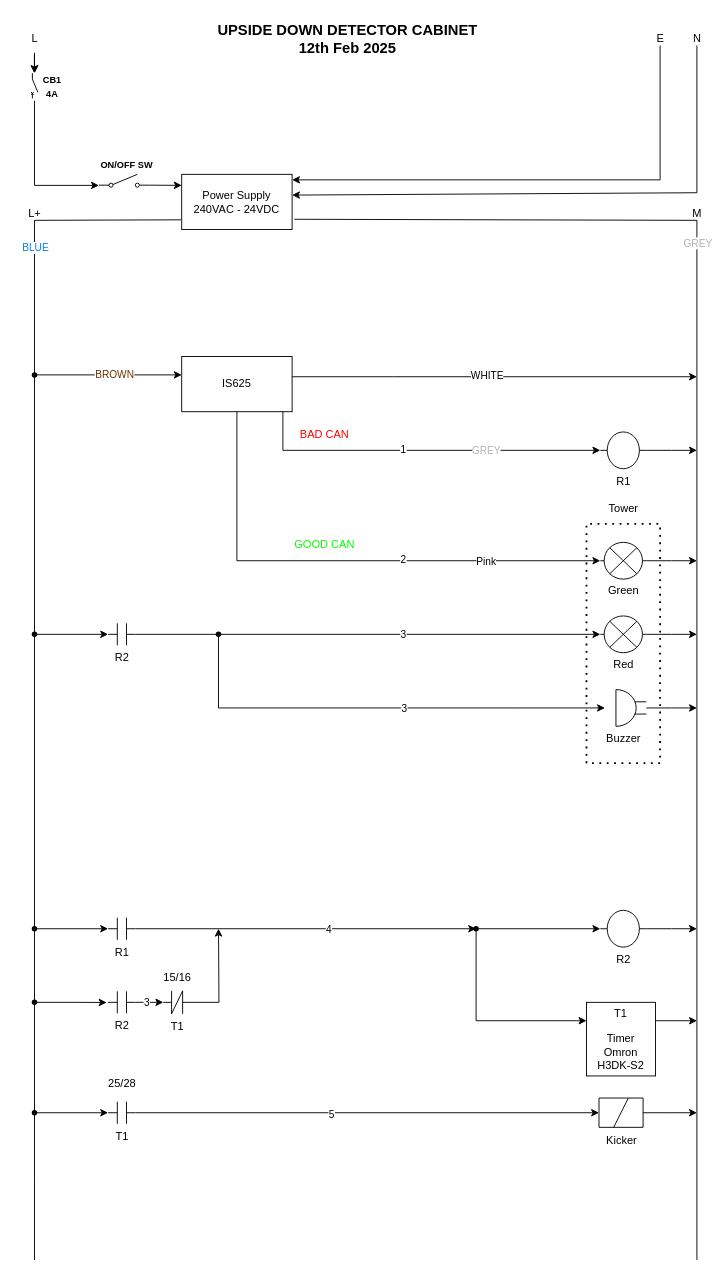
nicholas-carnie/Nicks-files keeps this draw.io diagram as Upside Down Detector.drawio. Above is the earlier version. Source tidied: cells renumbered, new cells numbered last; positions are measured from the earlier drawing's top-left corner, leaving out a move shared by most shapes. Both pictures are drawn from the tidied source at 92%, with x=0, y=0 at pixel (16, 16).
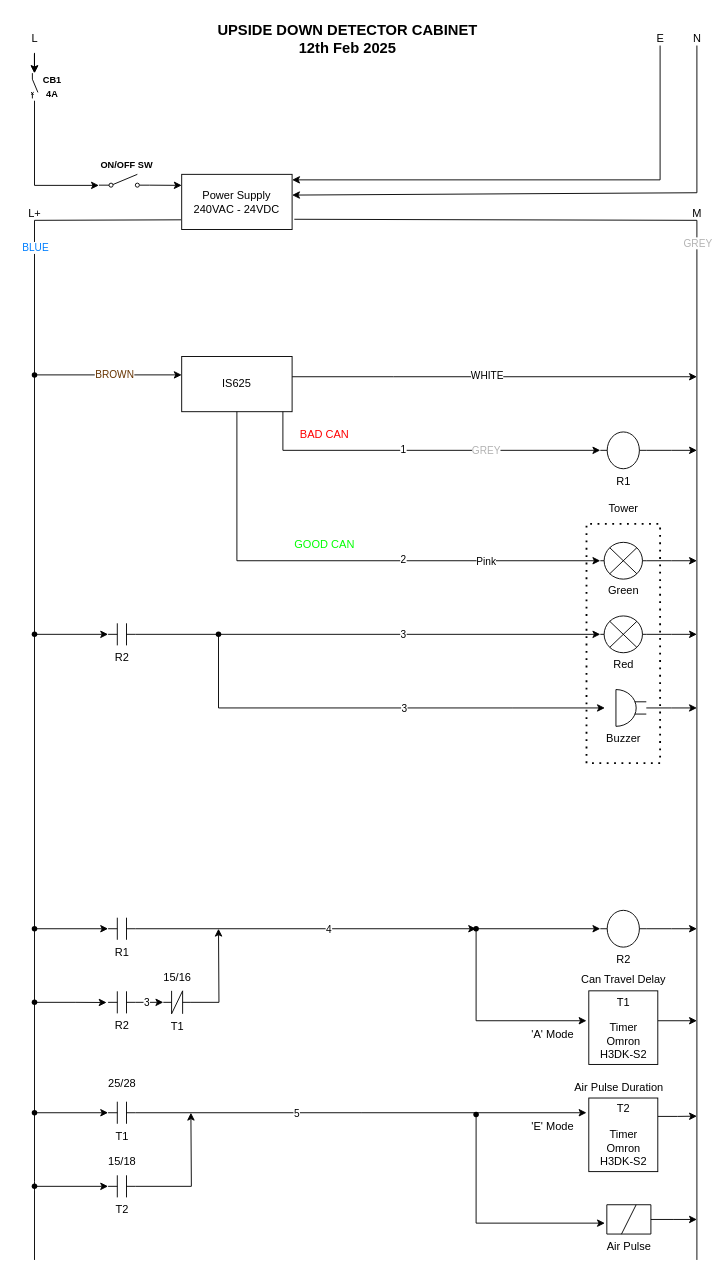
The same diagram, later.

Unchanged cells that the change refers to:
```xml
<mxCell id="74" value="T1" style="verticalLabelPosition=bottom;shadow=0;dashed=0;align=center;html=1;verticalAlign=top;shape=mxgraph.electrical.electro-mechanical.relay_contacts;" parent="1" vertex="1">
  <mxGeometry x="100" y="1180" width="30" height="24" as="geometry" />
</mxCell>
```

Diff of the diagram source:
```diff
@@
     <mxCell id="65" value="&lt;div&gt;T1&lt;/div&gt;&lt;div&gt;&lt;br&gt;&lt;/div&gt;Timer&lt;div&gt;Omron H3DK-S2&lt;/div&gt;" style="rounded=0;whiteSpace=wrap;html=1;" parent="1" vertex="1">
-      <mxGeometry x="620" y="1072" width="75" height="80" as="geometry" />
+      <mxGeometry x="622.5" y="1059.5" width="75" height="80" as="geometry" />
     </mxCell>
@@
+    <mxCell id="92" style="edgeStyle=orthogonalEdgeStyle;rounded=0;jettySize=auto;html=1;" parent="1" edge="1" source="74">
+      <mxGeometry relative="1" as="geometry">
+        <mxPoint x="620" y="1192" as="targetPoint" />
+      </mxGeometry>
+    </mxCell>
+    <mxCell id="80" value="5" style="edgeLabel;html=1;align=center;verticalAlign=middle;" parent="92" vertex="1">
+      <mxGeometry x="-0.29" relative="1" as="geometry" />
+    </mxCell>
@@
-    <mxCell id="77" style="edgeStyle=orthogonalEdgeStyle;rounded=0;jettySize=auto;html=1;" parent="1" edge="1" source="78">
-      <mxGeometry relative="1" as="geometry">
-        <mxPoint x="740" y="1192" as="targetPoint" />
-      </mxGeometry>
-    </mxCell>
+    <mxCell id="93" style="edgeStyle=orthogonalEdgeStyle;rounded=0;jettySize=auto;html=1;" parent="1" edge="1" source="78">
+      <mxGeometry relative="1" as="geometry">
+        <mxPoint x="740" y="1308" as="targetPoint" />
+      </mxGeometry>
+    </mxCell>
-    <mxCell id="78" value="Kicker" style="verticalLabelPosition=bottom;html=1;verticalAlign=top;fillColor=strokeColor;align=center;outlineConnect=0;shape=mxgraph.fluid_power.x10110;points=[[0,0,0],[0,0.5,0],[0,1,0],[1,0,0],[1,0.5,0],[1,1,0],[0.5,0,0],[0.5,1,0]];" parent="1" vertex="1">
-      <mxGeometry x="633.6" y="1176" width="47.9" height="32" as="geometry" />
+    <mxCell id="78" value="Air Pulse" style="verticalLabelPosition=bottom;html=1;verticalAlign=top;fillColor=strokeColor;align=center;outlineConnect=0;shape=mxgraph.fluid_power.x10110;points=[[0,0,0],[0,0.5,0],[0,1,0],[1,0,0],[1,0.5,0],[1,1,0],[0.5,0,0],[0.5,1,0]];" parent="1" vertex="1">
+      <mxGeometry x="642.1" y="1292" width="47.9" height="32" as="geometry" />
     </mxCell>
-    <mxCell id="79" style="edgeStyle=orthogonalEdgeStyle;rounded=0;jettySize=auto;html=1;entryX=0;entryY=0.5;entryDx=0;entryDy=0;entryPerimeter=0;" parent="1" edge="1" source="74" target="78">
-      <mxGeometry relative="1" as="geometry" />
-    </mxCell>
-    <mxCell id="80" value="5" style="edgeLabel;html=1;align=center;verticalAlign=middle;" parent="79" vertex="1">
-      <mxGeometry x="-0.16" y="-1" relative="1" as="geometry" />
-    </mxCell>
@@
+    <mxCell id="94" value="Can Travel Delay" style="text;html=1;align=center;verticalAlign=middle;strokeColor=none;fillColor=none;" parent="1" vertex="1">
+      <mxGeometry x="600" y="1032" width="120" height="30" as="geometry" />
+    </mxCell>
+    <mxCell id="95" style="edgeStyle=orthogonalEdgeStyle;rounded=0;jettySize=auto;html=1;" parent="1" edge="1" source="96">
+      <mxGeometry relative="1" as="geometry">
+        <mxPoint x="190" y="1192" as="targetPoint" />
+      </mxGeometry>
+    </mxCell>
+    <mxCell id="96" value="T2" style="verticalLabelPosition=bottom;shadow=0;dashed=0;align=center;html=1;verticalAlign=top;shape=mxgraph.electrical.electro-mechanical.relay_contacts;" parent="1" vertex="1">
+      <mxGeometry x="100" y="1260" width="30" height="24" as="geometry" />
+    </mxCell>
+    <mxCell id="97" style="edgeStyle=orthogonalEdgeStyle;rounded=0;jettySize=auto;html=1;entryX=0;entryY=0.5;entryDx=0;entryDy=0;entryPerimeter=0;" parent="1" edge="1" source="98" target="96">
+      <mxGeometry relative="1" as="geometry" />
+    </mxCell>
+    <mxCell id="98" style="shape=waypoint;sketch=0;fillStyle=solid;size=6;points=[];fillColor=none;perimeter=centerPerimeter;snapToPoint=1;" parent="1" vertex="1">
+      <mxGeometry x="10" y="1262" width="20" height="20" as="geometry" />
+    </mxCell>
+    <mxCell id="99" style="edgeStyle=orthogonalEdgeStyle;rounded=0;jettySize=auto;html=1;exitX=1;exitY=0.25;exitDx=0;exitDy=0;" parent="1" edge="1" source="100">
+      <mxGeometry relative="1" as="geometry">
+        <mxPoint x="740" y="1195.7" as="targetPoint" />
+      </mxGeometry>
+    </mxCell>
+    <mxCell id="100" value="&lt;div&gt;T2&lt;/div&gt;&lt;div&gt;&lt;br&gt;&lt;/div&gt;Timer&lt;div&gt;Omron H3DK-S2&lt;/div&gt;" style="rounded=0;whiteSpace=wrap;html=1;" parent="1" vertex="1">
+      <mxGeometry x="622.5" y="1176" width="75" height="80" as="geometry" />
+    </mxCell>
+    <mxCell id="101" style="edgeStyle=orthogonalEdgeStyle;rounded=0;jettySize=auto;html=1;" parent="1" edge="1" source="102">
+      <mxGeometry relative="1" as="geometry">
+        <mxPoint x="640" y="1312" as="targetPoint" />
+        <Array as="points">
+          <mxPoint x="500" y="1312" />
+        </Array>
+      </mxGeometry>
+    </mxCell>
+    <mxCell id="102" style="shape=waypoint;sketch=0;fillStyle=solid;size=6;points=[];fillColor=none;perimeter=centerPerimeter;snapToPoint=1;" parent="1" vertex="1">
+      <mxGeometry x="490" y="1184" width="20" height="20" as="geometry" />
+    </mxCell>
+    <mxCell id="103" value="Air Pulse Duration" style="text;html=1;align=center;verticalAlign=middle;strokeColor=none;fillColor=none;" parent="1" vertex="1">
+      <mxGeometry x="595" y="1150" width="120" height="30" as="geometry" />
+    </mxCell>
+    <mxCell id="104" value="'A' Mode" style="text;html=1;align=center;verticalAlign=middle;strokeColor=none;fillColor=none;" parent="1" vertex="1">
+      <mxGeometry x="547.5" y="1092" width="70" height="30" as="geometry" />
+    </mxCell>
+    <mxCell id="105" value="'E' Mode" style="text;html=1;align=center;verticalAlign=middle;strokeColor=none;fillColor=none;" parent="1" vertex="1">
+      <mxGeometry x="547.5" y="1192" width="70" height="30" as="geometry" />
+    </mxCell>
+    <mxCell id="106" value="15/18" style="text;html=1;align=center;verticalAlign=middle;strokeColor=none;fillColor=none;" parent="1" vertex="1">
+      <mxGeometry x="90" y="1230" width="50" height="30" as="geometry" />
+    </mxCell>
```
